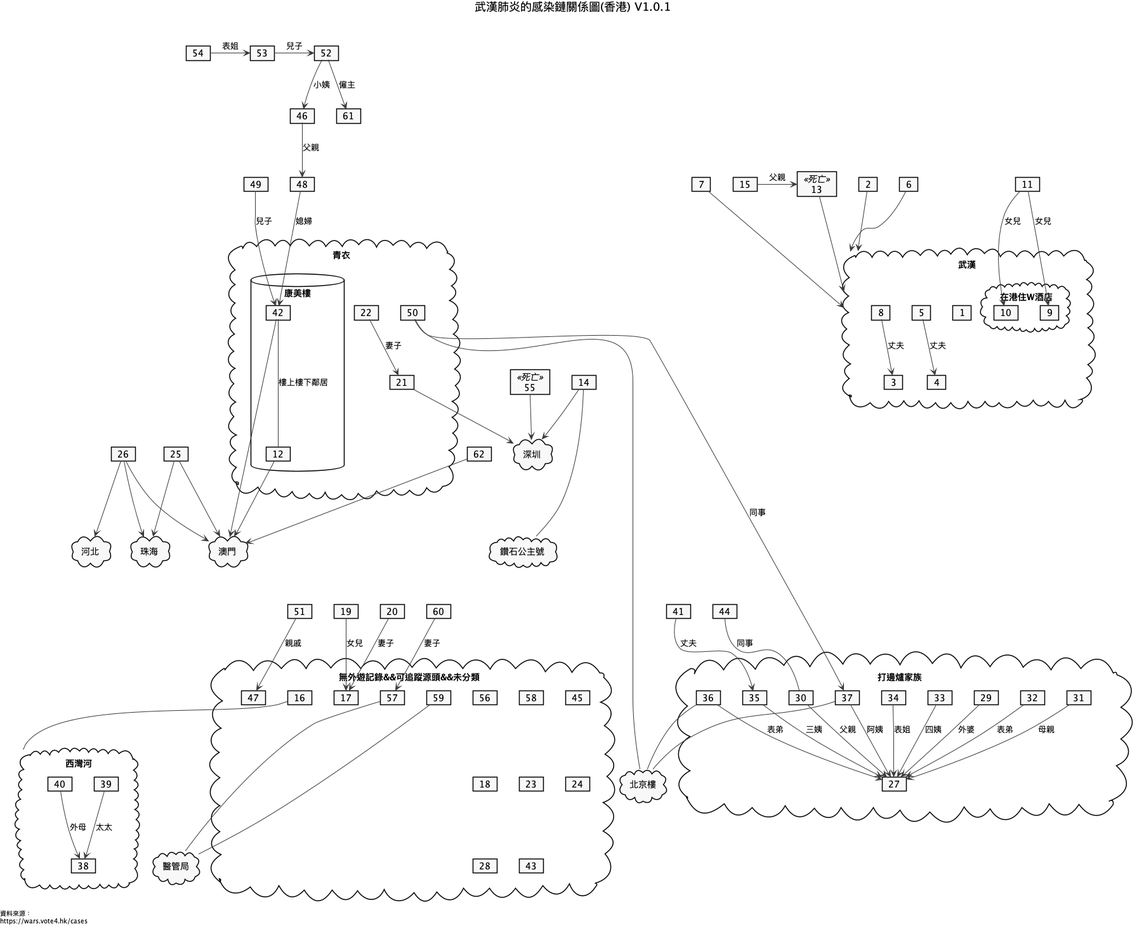
The PlantUML diagram wuhan-virus-spread-hongkong.png in benlau/wuhan-virus-info, before a commit.
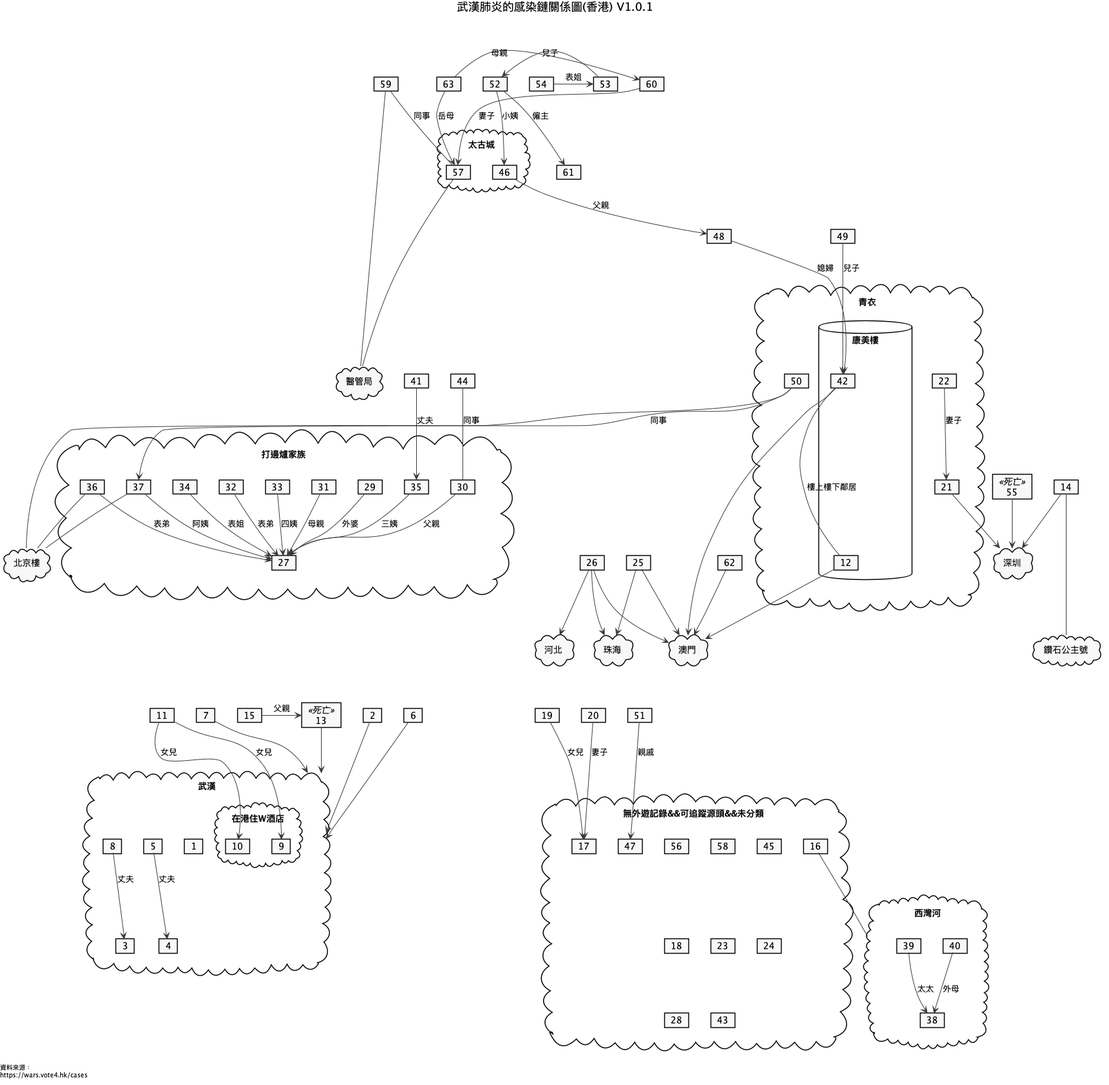
Above is the later version.

Diff of the diagram source:
```diff
@@ -90,8 +90,6 @@
   card 28
   card 43
   card 47
-  card 59
-  card 57
 }
 
 cloud "澳門" as Macau
@@ -112,11 +110,17 @@
   8--> 3: 丈夫
 }
 
+cloud "太古城" as TaikooShing {
+	card 46
+	card 57
+}
+
 cloud "鑽石公主號" as DiamondPrincess
 
 cloud "醫管局" as HA
 cloud "河北"
 
+card 59
 card 14
 card 39
 card 11
@@ -125,7 +129,6 @@
 card 7
 card 44
 card 48
-card 46
 card 52
 card 61
 card 13 <<死亡>>
@@ -140,6 +143,7 @@
 card 55 <<死亡>>
 card 60
 card 62
+card 63
 
 49 --> 42: 兒子
 46 --> 48: 父親
@@ -179,11 +183,13 @@
 36 -- PekingRest
 16 -- SaiWanHo
 62 --> Macau
+63 -> 60: 母親
+63-> 57: 岳母
+59 -- 57: 同事
 
+TsingYi -[hidden]----- Wuhan
+HotPotFamily -[hidden]---- NoRecord
 
-TsingYi -[hidden] Wuhan
-TsingYi -[hidden]----- NoRecord
-Wuhan -[hidden]----- HotPotFamily
 
 left footer
 資料來源：
```
